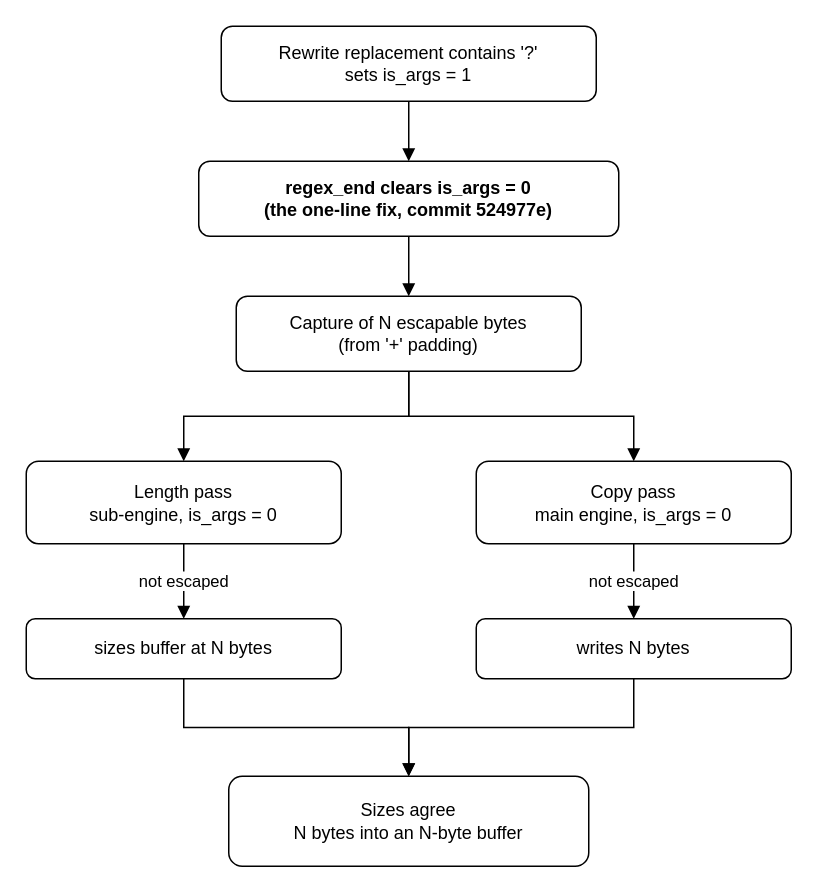
Earlier version of the draw.io diagram page "Fixed Implementation" (2 of 2) of Assignment Notes and Code/4 Memory-safety Failure/memorysafetydiagrams.drawio (aimlessaugustus/CT6042-Secure-Coding). Source tidied: cells renumbered, new cells numbered last; positions are measured from the earlier drawing's top-left corner, leaving out a move shared by most shapes. Both pictures are drawn from the tidied source at 150%, with x=0, y=0 at pixel (26, 26).
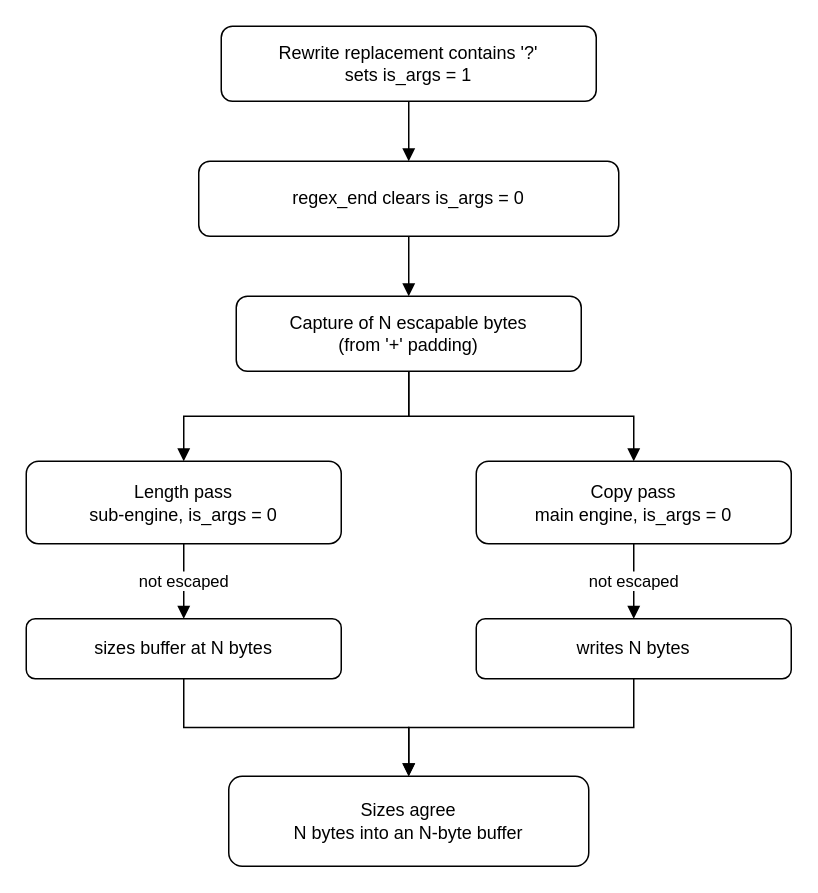
Above is the later version.

Commit message:
docs: updated memory safety diagram

What changed in the source:
```diff
@@
 <mxGraphModel>
   <root>
     <mxCell id="0" />
     <mxCell id="1" parent="0" />
     <mxCell id="2" value="Rewrite replacement contains '?'&#10;sets is_args = 1" style="rounded=1;whiteSpace=wrap;html=1;fontSize=12;" parent="1" vertex="1">
       <mxGeometry x="130" width="250" height="50" as="geometry" />
     </mxCell>
-    <mxCell id="3" value="regex_end clears is_args = 0&#10;(the one-line fix, commit 524977e)" style="rounded=1;whiteSpace=wrap;html=1;fontSize=12;fontStyle=1;" parent="1" vertex="1">
+    <mxCell id="3" value="&lt;span style=&quot;font-weight: normal;&quot;&gt;regex_end clears is_args = 0&lt;br&gt;&lt;/span&gt;" style="rounded=1;whiteSpace=wrap;html=1;fontSize=12;fontStyle=1;" parent="1" vertex="1">
       <mxGeometry x="115" y="90" width="280" height="50" as="geometry" />
     </mxCell>
     <mxCell id="4" value="Capture of N escapable bytes&#10;(from '+' padding)" style="rounded=1;whiteSpace=wrap;html=1;fontSize=12;" parent="1" vertex="1">
       <mxGeometry x="140" y="180" width="230" height="50" as="geometry" />
     </mxCell>
     <mxCell id="5" value="Length pass&#10;sub-engine, is_args = 0" style="rounded=1;whiteSpace=wrap;html=1;fontSize=12;" parent="1" vertex="1">
       <mxGeometry y="290" width="210" height="55" as="geometry" />
     </mxCell>
     <mxCell id="6" value="Copy pass&#10;main engine, is_args = 0" style="rounded=1;whiteSpace=wrap;html=1;fontSize=12;" parent="1" vertex="1">
       <mxGeometry x="300" y="290" width="210" height="55" as="geometry" />
     </mxCell>
     <mxCell id="7" value="sizes buffer at N bytes" style="rounded=1;whiteSpace=wrap;html=1;fontSize=12;" parent="1" vertex="1">
       <mxGeometry y="395" width="210" height="40" as="geometry" />
     </mxCell>
     <mxCell id="8" value="writes N bytes" style="rounded=1;whiteSpace=wrap;html=1;fontSize=12;" parent="1" vertex="1">
       <mxGeometry x="300" y="395" width="210" height="40" as="geometry" />
     </mxCell>
     <mxCell id="9" value="&lt;span style=&quot;font-weight: normal;&quot;&gt;Sizes agree&lt;br&gt;N bytes into an N-byte buffer&lt;/span&gt;" style="rounded=1;whiteSpace=wrap;html=1;fontSize=12;fontStyle=1;" parent="1" vertex="1">
       <mxGeometry x="135" y="500" width="240" height="60" as="geometry" />
     </mxCell>
     <mxCell id="10" style="edgeStyle=orthogonalEdgeStyle;rounded=0;html=1;endArrow=block;" parent="1" edge="1" source="2" target="3">
       <mxGeometry relative="1" as="geometry" />
     </mxCell>
     <mxCell id="11" style="edgeStyle=orthogonalEdgeStyle;rounded=0;html=1;endArrow=block;" parent="1" edge="1" source="3" target="4">
       <mxGeometry relative="1" as="geometry" />
     </mxCell>
     <mxCell id="12" style="edgeStyle=orthogonalEdgeStyle;rounded=0;html=1;endArrow=block;" parent="1" edge="1" source="4" target="5">
       <mxGeometry relative="1" as="geometry" />
     </mxCell>
     <mxCell id="13" style="edgeStyle=orthogonalEdgeStyle;rounded=0;html=1;endArrow=block;" parent="1" edge="1" source="4" target="6">
       <mxGeometry relative="1" as="geometry" />
     </mxCell>
     <mxCell id="14" value="not escaped" style="edgeStyle=orthogonalEdgeStyle;rounded=0;html=1;endArrow=block;fontSize=11;" parent="1" edge="1" source="5" target="7">
       <mxGeometry relative="1" as="geometry" />
     </mxCell>
     <mxCell id="15" value="not escaped" style="edgeStyle=orthogonalEdgeStyle;rounded=0;html=1;endArrow=block;fontSize=11;" parent="1" edge="1" source="6" target="8">
       <mxGeometry relative="1" as="geometry" />
     </mxCell>
     <mxCell id="16" style="edgeStyle=orthogonalEdgeStyle;rounded=0;html=1;endArrow=block;" parent="1" edge="1" source="7" target="9">
       <mxGeometry relative="1" as="geometry" />
     </mxCell>
     <mxCell id="17" style="edgeStyle=orthogonalEdgeStyle;rounded=0;html=1;endArrow=block;" parent="1" edge="1" source="8" target="9">
       <mxGeometry relative="1" as="geometry" />
     </mxCell>
   </root>
 </mxGraphModel>
```
